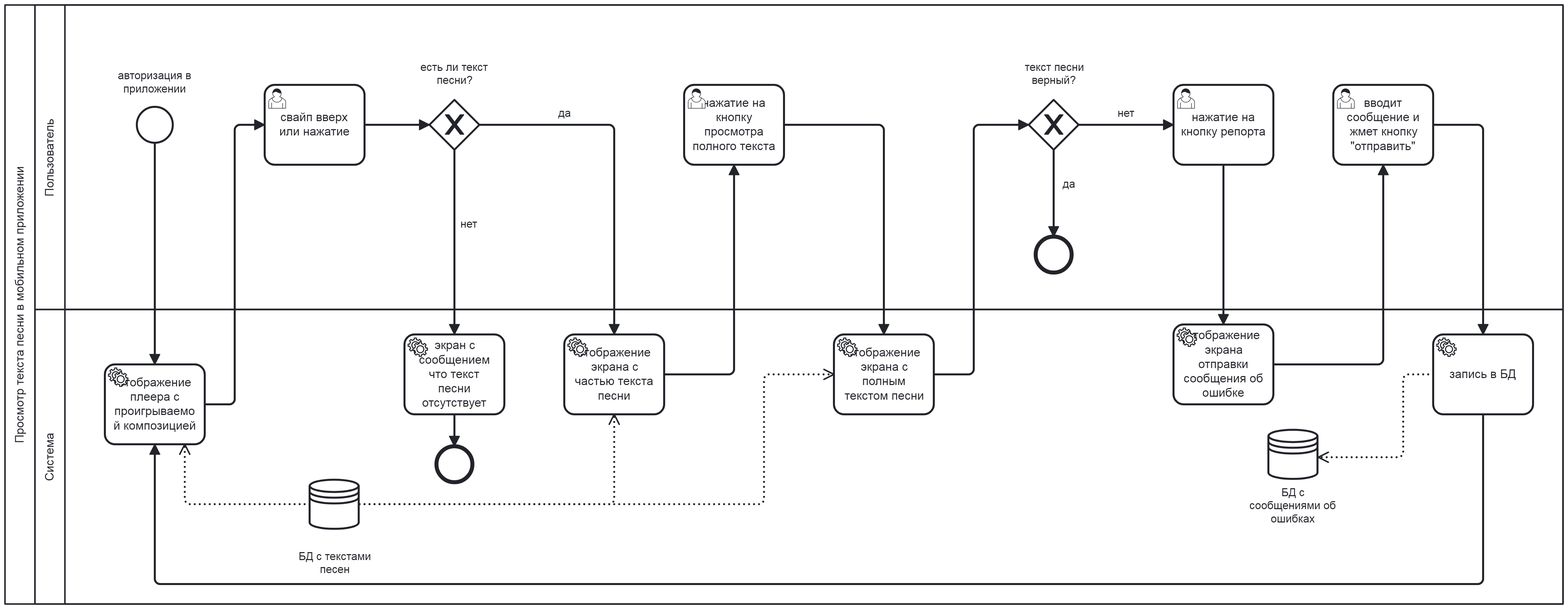
Earlier version of the BPMN export Gorin_Andrey/Ex_04_BPMN.png (abdullahproff/BSA21_1). Its source is kept beside it as Gorin_Andrey/Ex_04_BPMN.bpmn. Ids are renumbered.
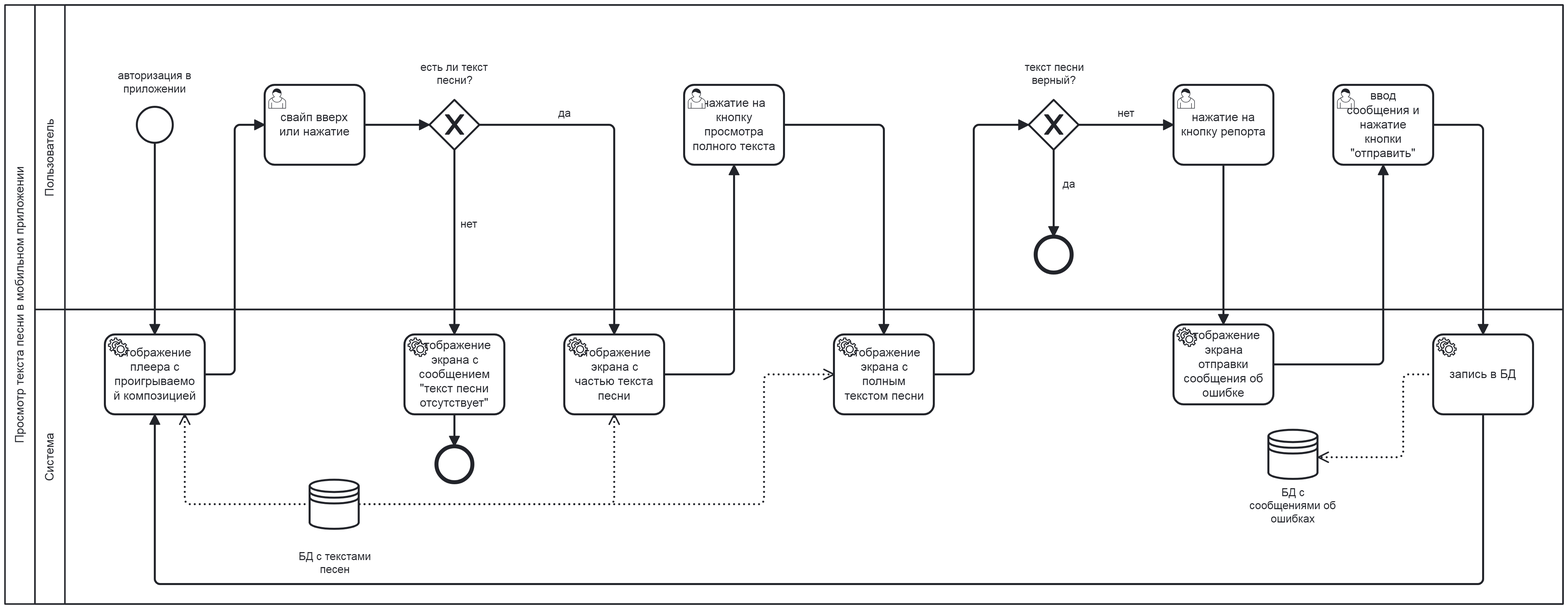
After the commit.

What changed in the source:
```diff
@@ -27,22 +27,22 @@
         </bpmn:childLaneSet>
       </bpmn:lane>
       <bpmn:lane id="Lane_n16" name="Система">
-        <bpmn:flowNodeRef>Activity_n17</bpmn:flowNodeRef>
         <bpmn:flowNodeRef>Activity_n18</bpmn:flowNodeRef>
         <bpmn:flowNodeRef>Activity_n19</bpmn:flowNodeRef>
         <bpmn:flowNodeRef>Activity_n20</bpmn:flowNodeRef>
         <bpmn:flowNodeRef>Activity_n21</bpmn:flowNodeRef>
         <bpmn:flowNodeRef>Activity_n22</bpmn:flowNodeRef>
         <bpmn:flowNodeRef>Event_n23</bpmn:flowNodeRef>
+        <bpmn:flowNodeRef>Activity_n17</bpmn:flowNodeRef>
         <bpmn:childLaneSet id="LaneSet_n24">
           <bpmn:lane id="Lane_n25">
-            <bpmn:flowNodeRef>Activity_n17</bpmn:flowNodeRef>
             <bpmn:flowNodeRef>Activity_n18</bpmn:flowNodeRef>
             <bpmn:flowNodeRef>Activity_n19</bpmn:flowNodeRef>
             <bpmn:flowNodeRef>Activity_n20</bpmn:flowNodeRef>
             <bpmn:flowNodeRef>Activity_n21</bpmn:flowNodeRef>
             <bpmn:flowNodeRef>Activity_n22</bpmn:flowNodeRef>
             <bpmn:flowNodeRef>Event_n23</bpmn:flowNodeRef>
+            <bpmn:flowNodeRef>Activity_n17</bpmn:flowNodeRef>
           </bpmn:lane>
         </bpmn:childLaneSet>
       </bpmn:lane>
@@ -50,16 +50,6 @@
     <bpmn:startEvent id="Event_n6" name="авторизация в приложении">
       <bpmn:outgoing>Flow_n26</bpmn:outgoing>
     </bpmn:startEvent>
-    <bpmn:serviceTask id="Activity_n17" name="отображение плеера с проигрываемой композицией">
-      <bpmn:incoming>Flow_n26</bpmn:incoming>
-      <bpmn:incoming>Flow_n27</bpmn:incoming>
-      <bpmn:outgoing>Flow_n28</bpmn:outgoing>
-      <bpmn:property id="Property_n29" name="__targetRef_placeholder" />
-      <bpmn:dataInputAssociation id="DataInputAssociation_n30">
-        <bpmn:sourceRef>DataStoreReference_n31</bpmn:sourceRef>
-        <bpmn:targetRef>Property_n29</bpmn:targetRef>
-      </bpmn:dataInputAssociation>
-    </bpmn:serviceTask>
     <bpmn:userTask id="Activity_n7" name="свайп вверх или нажатие">
       <bpmn:incoming>Flow_n28</bpmn:incoming>
       <bpmn:outgoing>Flow_n32</bpmn:outgoing>
@@ -78,7 +68,7 @@
         <bpmn:targetRef>Property_n36</bpmn:targetRef>
       </bpmn:dataInputAssociation>
     </bpmn:serviceTask>
-    <bpmn:serviceTask id="Activity_n19" name="экран с сообщением что текст песни отсутствует">
+    <bpmn:serviceTask id="Activity_n19" name="отображение экрана с сообщением &#34;текст песни отсутствует&#34;">
       <bpmn:incoming>Flow_n33</bpmn:incoming>
       <bpmn:outgoing>Flow_n38</bpmn:outgoing>
     </bpmn:serviceTask>
@@ -127,7 +117,7 @@
       <bpmn:incoming>Flow_n43</bpmn:incoming>
       <bpmn:outgoing>Flow_n45</bpmn:outgoing>
     </bpmn:serviceTask>
-    <bpmn:userTask id="Activity_n13" name="вводит сообщение и жмет кнопку &#34;отправить&#34;">
+    <bpmn:userTask id="Activity_n13" name="ввод сообщения и нажатие кнопки &#34;отправить&#34;">
       <bpmn:incoming>Flow_n45</bpmn:incoming>
       <bpmn:outgoing>Flow_n44</bpmn:outgoing>
     </bpmn:userTask>
@@ -142,6 +132,16 @@
     <bpmn:endEvent id="Event_n23">
       <bpmn:incoming>Flow_n38</bpmn:incoming>
     </bpmn:endEvent>
+    <bpmn:serviceTask id="Activity_n17" name="отображение плеера с проигрываемой композицией">
+      <bpmn:incoming>Flow_n26</bpmn:incoming>
+      <bpmn:incoming>Flow_n27</bpmn:incoming>
+      <bpmn:outgoing>Flow_n28</bpmn:outgoing>
+      <bpmn:property id="Property_n29" name="__targetRef_placeholder" />
+      <bpmn:dataInputAssociation id="DataInputAssociation_n30">
+        <bpmn:sourceRef>DataStoreReference_n31</bpmn:sourceRef>
+        <bpmn:targetRef>Property_n29</bpmn:targetRef>
+      </bpmn:dataInputAssociation>
+    </bpmn:serviceTask>
   </bpmn:process>
   <bpmndi:BPMNDiagram id="BPMNDiagram_1">
     <bpmndi:BPMNPlane id="BPMNPlane_1" bpmnElement="Collaboration_n1">
@@ -168,10 +168,6 @@
         <bpmndi:BPMNLabel>
           <dc:Bounds x="273" y="144.5" width="74" height="27" />
         </bpmndi:BPMNLabel>
-      </bpmndi:BPMNShape>
-      <bpmndi:BPMNShape id="Activity_n17_di" bpmnElement="Activity_n17">
-        <dc:Bounds x="260" y="440" width="100" height="80" />
-        <bpmndi:BPMNLabel />
       </bpmndi:BPMNShape>
       <bpmndi:BPMNShape id="Activity_n7_di" bpmnElement="Activity_n7">
         <dc:Bounds x="420" y="160" width="100" height="80" />
@@ -239,19 +235,23 @@
       <bpmndi:BPMNShape id="Event_n23_di" bpmnElement="Event_n23">
         <dc:Bounds x="592" y="522" width="36" height="36" />
       </bpmndi:BPMNShape>
+      <bpmndi:BPMNShape id="Activity_n17_di" bpmnElement="Activity_n17">
+        <dc:Bounds x="260" y="410" width="100" height="80" />
+        <bpmndi:BPMNLabel />
+      </bpmndi:BPMNShape>
       <bpmndi:BPMNEdge id="Flow_n26_di" bpmnElement="Flow_n26">
         <di:waypoint x="310" y="218" />
-        <di:waypoint x="310" y="440" />
+        <di:waypoint x="310" y="410" />
       </bpmndi:BPMNEdge>
       <bpmndi:BPMNEdge id="Flow_n27_di" bpmnElement="Flow_n27">
         <di:waypoint x="1640" y="490" />
         <di:waypoint x="1640" y="660" />
         <di:waypoint x="310" y="660" />
-        <di:waypoint x="310" y="520" />
+        <di:waypoint x="310" y="490" />
       </bpmndi:BPMNEdge>
       <bpmndi:BPMNEdge id="Flow_n28_di" bpmnElement="Flow_n28">
-        <di:waypoint x="360" y="480" />
-        <di:waypoint x="390" y="480" />
+        <di:waypoint x="360" y="450" />
+        <di:waypoint x="390" y="450" />
         <di:waypoint x="390" y="200" />
         <di:waypoint x="420" y="200" />
       </bpmndi:BPMNEdge>
@@ -325,7 +325,7 @@
       <bpmndi:BPMNEdge id="DataInputAssociation_n30_di" bpmnElement="DataInputAssociation_n30">
         <di:waypoint x="465" y="580" />
         <di:waypoint x="340" y="580" />
-        <di:waypoint x="340" y="520" />
+        <di:waypoint x="340" y="490" />
       </bpmndi:BPMNEdge>
       <bpmndi:BPMNEdge id="DataInputAssociation_n37_di" bpmnElement="DataInputAssociation_n37">
         <di:waypoint x="515" y="580" />
```
